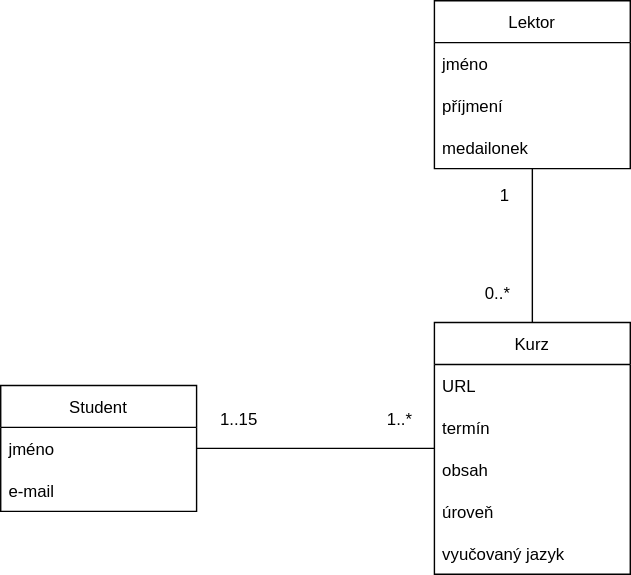
The draw.io diagram TED/jazykove-kurzy.svg in TadeasPikl/Diagrams.net, before a commit. Source tidied: cells renumbered, new cells last; positions are measured from the earlier drawing's top-left corner, leaving out a move shared by most shapes. Source of this version:
```xml
<mxGraphModel>
  <root>
    <mxCell id="0" />
    <mxCell id="1" parent="0" />
    <mxCell id="2" style="edgeStyle=orthogonalEdgeStyle;rounded=0;jettySize=auto;html=1;endArrow=none;endFill=0;" parent="1" edge="1" source="3" target="6">
      <mxGeometry relative="1" as="geometry" />
    </mxCell>
    <mxCell id="3" value="Student" style="swimlane;fontStyle=0;horizontal=1;startSize=30;" parent="1" vertex="1">
      <mxGeometry y="275" width="140" height="90" as="geometry" />
    </mxCell>
    <mxCell id="4" value="jméno" style="text;strokeColor=none;fillColor=none;align=left;verticalAlign=middle;spacingLeft=4;spacingRight=4;overflow=hidden;" parent="3" vertex="1">
      <mxGeometry y="30" width="140" height="30" as="geometry" />
    </mxCell>
    <mxCell id="5" value="e-mail" style="text;strokeColor=none;fillColor=none;align=left;verticalAlign=middle;spacingLeft=4;spacingRight=4;overflow=hidden;" parent="3" vertex="1">
      <mxGeometry y="60" width="140" height="30" as="geometry" />
    </mxCell>
    <mxCell id="6" value="Kurz" style="swimlane;fontStyle=0;horizontal=1;startSize=30;" parent="1" vertex="1">
      <mxGeometry x="310" y="230" width="140" height="180" as="geometry" />
    </mxCell>
    <mxCell id="7" value="URL" style="text;strokeColor=none;fillColor=none;align=left;verticalAlign=middle;spacingLeft=4;spacingRight=4;overflow=hidden;" parent="6" vertex="1">
      <mxGeometry y="30" width="140" height="30" as="geometry" />
    </mxCell>
    <mxCell id="8" value="termín" style="text;strokeColor=none;fillColor=none;align=left;verticalAlign=middle;spacingLeft=4;spacingRight=4;overflow=hidden;" parent="6" vertex="1">
      <mxGeometry y="60" width="140" height="30" as="geometry" />
    </mxCell>
    <mxCell id="9" value="obsah" style="text;strokeColor=none;fillColor=none;align=left;verticalAlign=middle;spacingLeft=4;spacingRight=4;overflow=hidden;" parent="6" vertex="1">
      <mxGeometry y="90" width="140" height="30" as="geometry" />
    </mxCell>
    <mxCell id="10" value="úroveň" style="text;strokeColor=none;fillColor=none;align=left;verticalAlign=middle;spacingLeft=4;spacingRight=4;overflow=hidden;" parent="6" vertex="1">
      <mxGeometry y="120" width="140" height="30" as="geometry" />
    </mxCell>
    <mxCell id="11" value="vyučovaný jazyk" style="text;strokeColor=none;fillColor=none;align=left;verticalAlign=middle;spacingLeft=4;spacingRight=4;overflow=hidden;" parent="6" vertex="1">
      <mxGeometry y="150" width="140" height="30" as="geometry" />
    </mxCell>
    <mxCell id="12" value="Lektor" style="swimlane;fontStyle=0;horizontal=1;startSize=30;" parent="1" vertex="1">
      <mxGeometry x="310" width="140" height="120" as="geometry" />
    </mxCell>
    <mxCell id="13" value="jméno" style="text;strokeColor=none;fillColor=none;align=left;verticalAlign=middle;spacingLeft=4;spacingRight=4;overflow=hidden;" parent="12" vertex="1">
      <mxGeometry y="30" width="140" height="30" as="geometry" />
    </mxCell>
    <mxCell id="14" value="příjmení" style="text;strokeColor=none;fillColor=none;align=left;verticalAlign=middle;spacingLeft=4;spacingRight=4;overflow=hidden;" parent="12" vertex="1">
      <mxGeometry y="60" width="140" height="30" as="geometry" />
    </mxCell>
    <mxCell id="15" value="medailonek" style="text;strokeColor=none;fillColor=none;align=left;verticalAlign=middle;spacingLeft=4;spacingRight=4;overflow=hidden;" parent="12" vertex="1">
      <mxGeometry y="90" width="140" height="30" as="geometry" />
    </mxCell>
    <mxCell id="16" style="endArrow=none;html=1;edgeStyle=orthogonalEdgeStyle;rounded=0;" parent="1" edge="1" source="6" target="12">
      <mxGeometry relative="1" as="geometry" />
    </mxCell>
    <mxCell id="17" value="1" style="text;html=1;align=center;verticalAlign=middle;strokeColor=none;fillColor=none;" parent="1" vertex="1">
      <mxGeometry x="350" y="130" width="20" height="20" as="geometry" />
    </mxCell>
    <mxCell id="18" value="0..*" style="text;html=1;align=center;verticalAlign=middle;strokeColor=none;fillColor=none;" parent="1" vertex="1">
      <mxGeometry x="340" y="200" width="30" height="20" as="geometry" />
    </mxCell>
    <mxCell id="19" value="1..15" style="text;html=1;align=center;verticalAlign=middle;strokeColor=none;fillColor=none;" parent="1" vertex="1">
      <mxGeometry x="150" y="290" width="40" height="20" as="geometry" />
    </mxCell>
    <mxCell id="20" value="1..*" style="text;html=1;align=center;verticalAlign=middle;strokeColor=none;fillColor=none;" parent="1" vertex="1">
      <mxGeometry x="270" y="290" width="30" height="20" as="geometry" />
    </mxCell>
  </root>
</mxGraphModel>
```
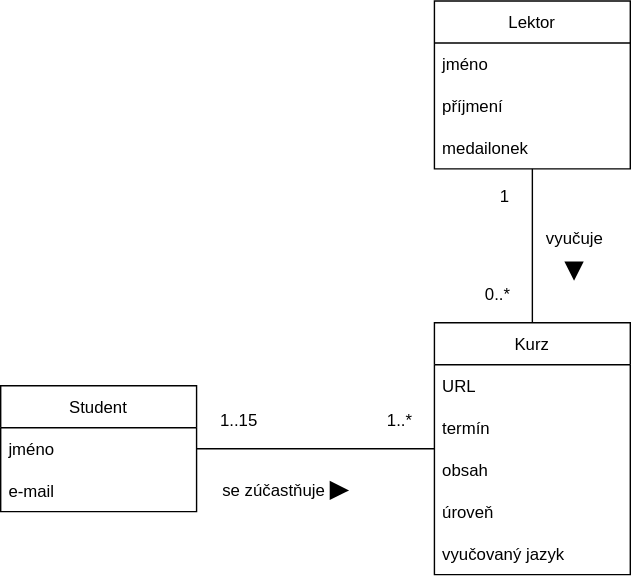
The same file after the commit.

Diff of the diagram source:
```diff
@@ -59,5 +59,23 @@
     <mxCell id="20" value="1..*" style="text;html=1;align=center;verticalAlign=middle;strokeColor=none;fillColor=none;" parent="1" vertex="1">
       <mxGeometry x="270" y="290" width="30" height="20" as="geometry" />
     </mxCell>
+    <mxCell id="21" value="vyučuje" style="text;html=1;align=center;verticalAlign=middle;strokeColor=none;fillColor=none;" parent="1" vertex="1">
+      <mxGeometry x="380" y="160" width="60" height="20" as="geometry" />
+    </mxCell>
+    <mxCell id="22" style="edgeStyle=orthogonalEdgeStyle;rounded=0;orthogonalLoop=1;jettySize=auto;html=1;endArrow=block;endFill=1;strokeWidth=3;" parent="1" edge="1">
+      <mxGeometry relative="1" as="geometry">
+        <mxPoint x="239" y="349.8" as="sourcePoint" />
+        <mxPoint x="249" y="349.8" as="targetPoint" />
+      </mxGeometry>
+    </mxCell>
+    <mxCell id="23" value="se zúčastňuje" style="text;html=1;align=center;verticalAlign=middle;strokeColor=none;fillColor=none;" parent="1" vertex="1">
+      <mxGeometry x="150" y="340" width="90" height="20" as="geometry" />
+    </mxCell>
+    <mxCell id="24" style="edgeStyle=orthogonalEdgeStyle;rounded=0;orthogonalLoop=1;jettySize=auto;html=1;endArrow=block;endFill=1;strokeWidth=3;" parent="1" edge="1">
+      <mxGeometry relative="1" as="geometry">
+        <mxPoint x="409.8" y="190" as="sourcePoint" />
+        <mxPoint x="409.8" y="200" as="targetPoint" />
+      </mxGeometry>
+    </mxCell>
   </root>
 </mxGraphModel>
```
